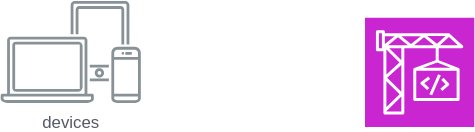
Before: sample.drawio.svg, a diagram exported from draw.io (atsushisakai-gh/diagram). Source tidied: cells renumbered, new cells last; positions are measured from the earlier drawing's top-left corner, leaving out a move shared by most shapes.
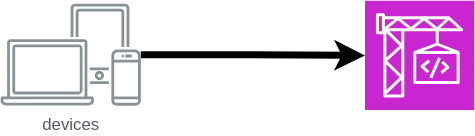
After the change.

Commit message:
sample.drawio.svg を更新します

Diff of the diagram source:
```diff
@@ -2,11 +2,14 @@
   <root>
     <mxCell id="0" />
     <mxCell id="1" parent="0" />
+    <mxCell id="4" style="edgeStyle=orthogonalEdgeStyle;rounded=0;jettySize=auto;html=1;strokeWidth=5;" parent="1" edge="1" source="2" target="3">
+      <mxGeometry relative="1" as="geometry" />
+    </mxCell>
     <mxCell id="2" value="devices" style="sketch=0;outlineConnect=0;gradientColor=none;fontColor=#545B64;strokeColor=none;fillColor=#879196;dashed=0;verticalLabelPosition=bottom;verticalAlign=top;align=center;html=1;fontSize=12;fontStyle=0;shape=mxgraph.aws4.illustration_devices;" parent="1" vertex="1">
       <mxGeometry width="100" height="73" as="geometry" />
     </mxCell>
     <mxCell id="3" style="sketch=0;points=[[0,0,0],[0.25,0,0],[0.5,0,0],[0.75,0,0],[1,0,0],[0,1,0],[0.25,1,0],[0.5,1,0],[0.75,1,0],[1,1,0],[0,0.25,0],[0,0.5,0],[0,0.75,0],[1,0.25,0],[1,0.5,0],[1,0.75,0]];outlineConnect=0;fontColor=#232F3E;fillColor=#C925D1;strokeColor=#ffffff;dashed=0;verticalLabelPosition=bottom;verticalAlign=top;align=center;html=1;fontSize=12;fontStyle=0;shape=mxgraph.aws4.resourceIcon;resIcon=mxgraph.aws4.codebuild;" parent="1" vertex="1">
-      <mxGeometry x="260" y="12" width="78" height="78" as="geometry" />
+      <mxGeometry x="260" y="-2" width="78" height="78" as="geometry" />
     </mxCell>
   </root>
 </mxGraphModel>
```
